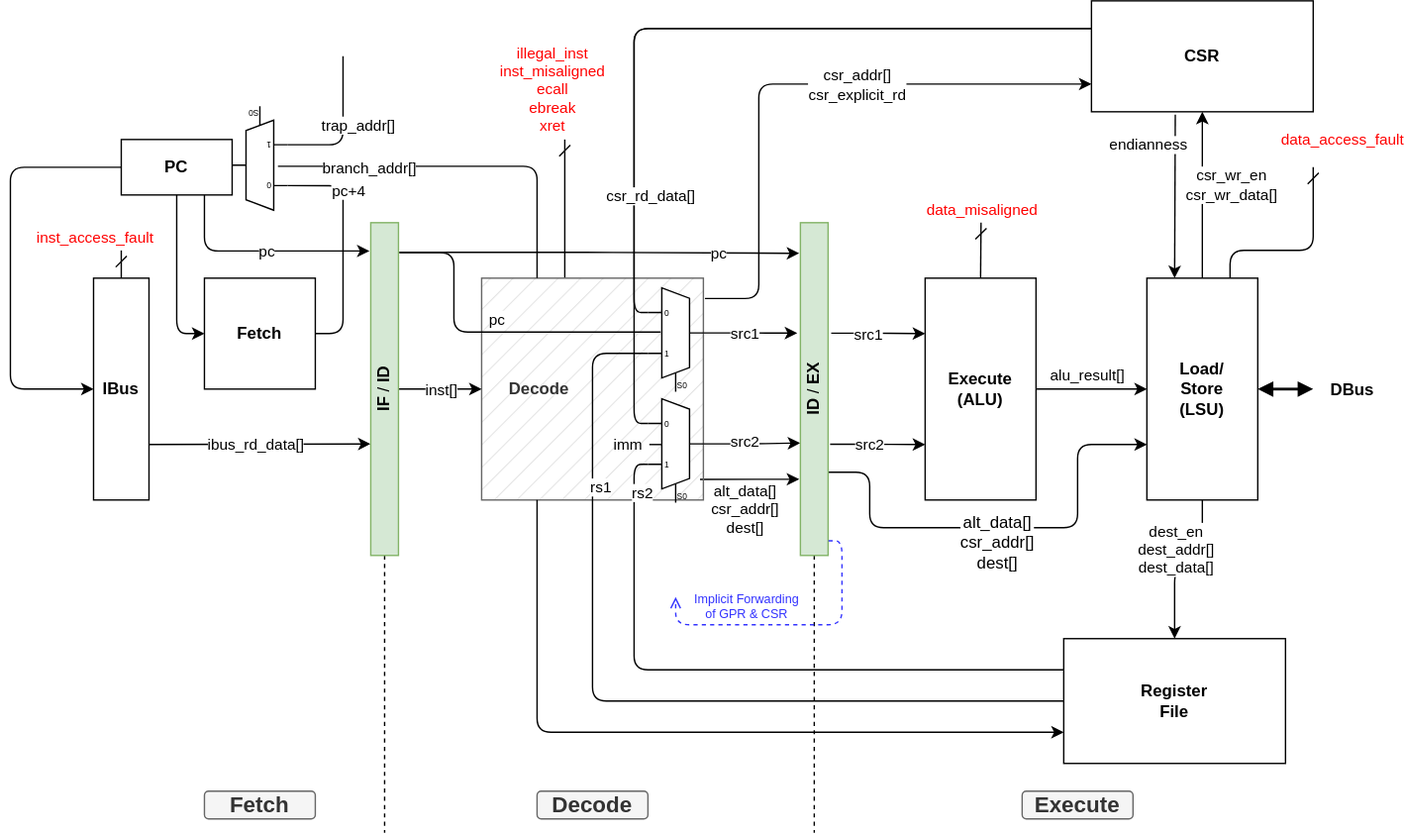
dhad4g/Lexington keeps this draw.io diagram as docs/figures/Pipeline.drawio.svg. Above is the earlier version. Source tidied: cells renumbered, new cells last; positions are measured from the earlier drawing's top-left corner, leaving out a move shared by most shapes.
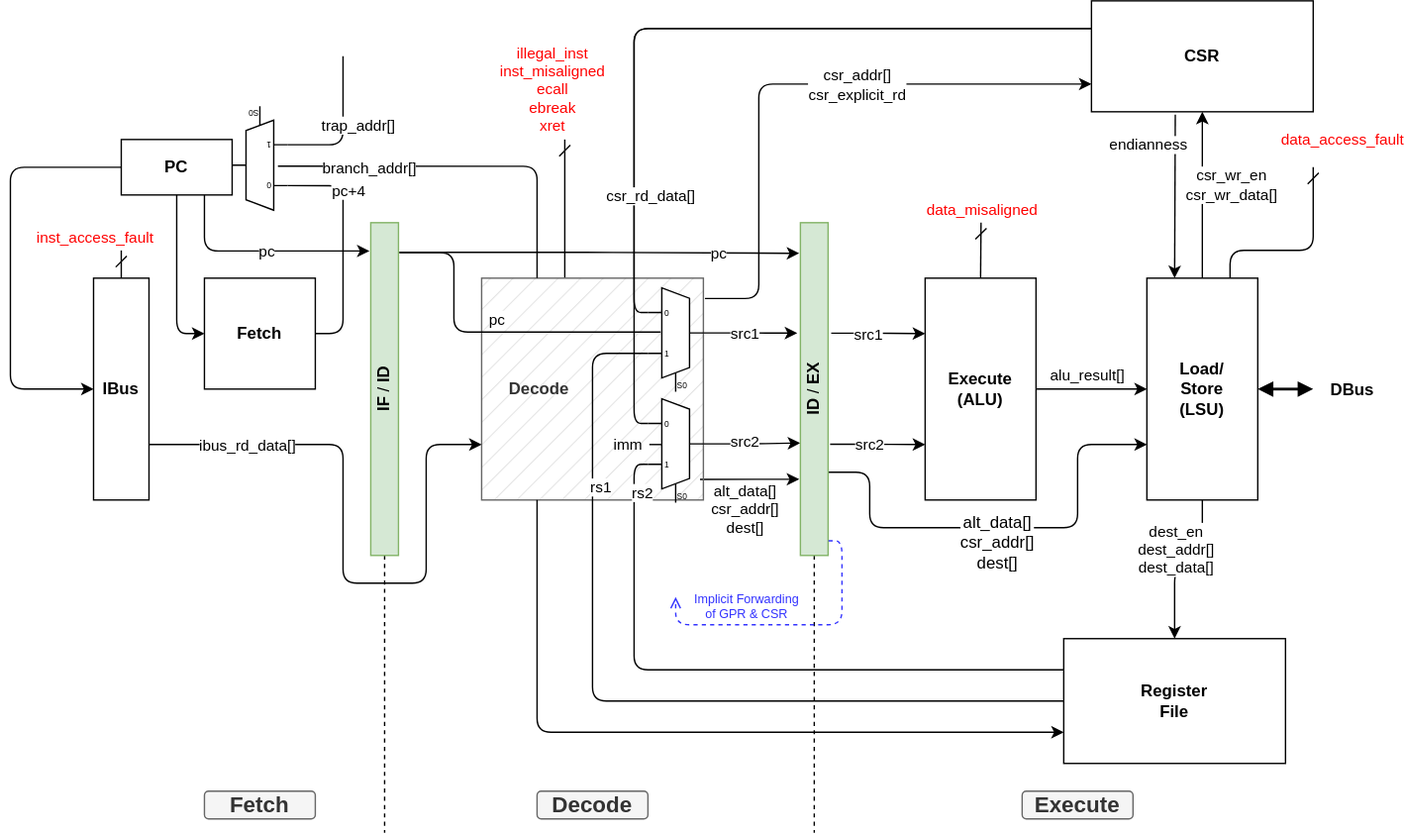
The same diagram one commit later.

What changed in the source:
```diff
@@ -35,12 +35,19 @@
         </Array>
       </mxGeometry>
     </mxCell>
-    <mxCell id="8" style="html=1;exitX=1;exitY=0.75;exitDx=0;exitDy=0;entryX=-0.007;entryY=0.665;entryDx=0;entryDy=0;entryPerimeter=0;" parent="1" edge="1" source="50" target="64">
-      <mxGeometry relative="1" as="geometry" />
+    <mxCell id="8" style="html=1;exitX=1;exitY=0.75;exitDx=0;exitDy=0;entryX=0;entryY=0.75;entryDx=0;entryDy=0;edgeStyle=orthogonalEdgeStyle;" parent="1" edge="1" source="50" target="6">
+      <mxGeometry relative="1" as="geometry">
+        <Array as="points">
+          <mxPoint x="240" y="320" />
+          <mxPoint x="240" y="420" />
+          <mxPoint x="300" y="420" />
+          <mxPoint x="300" y="320" />
+        </Array>
+      </mxGeometry>
     </mxCell>
     <mxCell id="9" value="ibus_rd_data[]" style="edgeLabel;html=1;align=center;verticalAlign=middle;" parent="8" vertex="1">
       <mxGeometry x="0.3" y="1" relative="1" as="geometry">
-        <mxPoint x="-27" y="1" as="offset" />
+        <mxPoint x="-115" y="-99" as="offset" />
       </mxGeometry>
     </mxCell>
     <mxCell id="10" style="edgeStyle=orthogonalEdgeStyle;html=1;exitX=0.5;exitY=0;exitDx=0;exitDy=0;endArrow=dash;endFill=0;" parent="1" edge="1" source="50">
@@ -286,14 +293,6 @@
         <mxPoint x="-72" y="-8" as="offset" />
       </mxGeometry>
     </mxCell>
-    <mxCell id="59" style="edgeStyle=orthogonalEdgeStyle;html=1;exitX=1;exitY=0.5;exitDx=0;exitDy=0;entryX=0;entryY=0.5;entryDx=0;entryDy=0;fontSize=11;startArrow=none;startFill=0;endArrow=classic;endFill=1;" parent="1" edge="1" source="64" target="6">
-      <mxGeometry relative="1" as="geometry" />
-    </mxCell>
-    <mxCell id="60" value="inst[]" style="edgeLabel;html=1;align=center;verticalAlign=middle;fontSize=11;" parent="59" vertex="1">
-      <mxGeometry x="-0.26" y="1" relative="1" as="geometry">
-        <mxPoint x="8" y="1" as="offset" />
-      </mxGeometry>
-    </mxCell>
     <mxCell id="61" style="edgeStyle=orthogonalEdgeStyle;html=1;exitX=1.035;exitY=0.089;exitDx=0;exitDy=0;entryX=-0.042;entryY=0.092;entryDx=0;entryDy=0;entryPerimeter=0;fontSize=11;startArrow=none;startFill=0;endArrow=classic;endFill=1;exitPerimeter=0;" parent="1" edge="1" source="64" target="74">
       <mxGeometry relative="1" as="geometry" />
     </mxCell>
@@ -303,6 +302,10 @@
     <mxCell id="63" style="edgeStyle=orthogonalEdgeStyle;html=1;exitX=0.5;exitY=1;exitDx=0;exitDy=0;strokeWidth=1;fontSize=15;fontColor=#000000;startArrow=none;startFill=0;endArrow=none;endFill=0;dashed=1;" parent="1" edge="1" source="64">
       <mxGeometry relative="1" as="geometry">
         <mxPoint x="270" y="600" as="targetPoint" />
+        <Array as="points">
+          <mxPoint x="270" y="430" />
+          <mxPoint x="270" y="430" />
+        </Array>
       </mxGeometry>
     </mxCell>
     <mxCell id="64" value="&lt;b&gt;IF &lt;/b&gt;/&lt;b&gt; ID&lt;/b&gt;" style="rounded=0;whiteSpace=wrap;html=1;horizontal=0;fillColor=#d5e8d4;strokeColor=#82b366;" parent="1" vertex="1">
```
